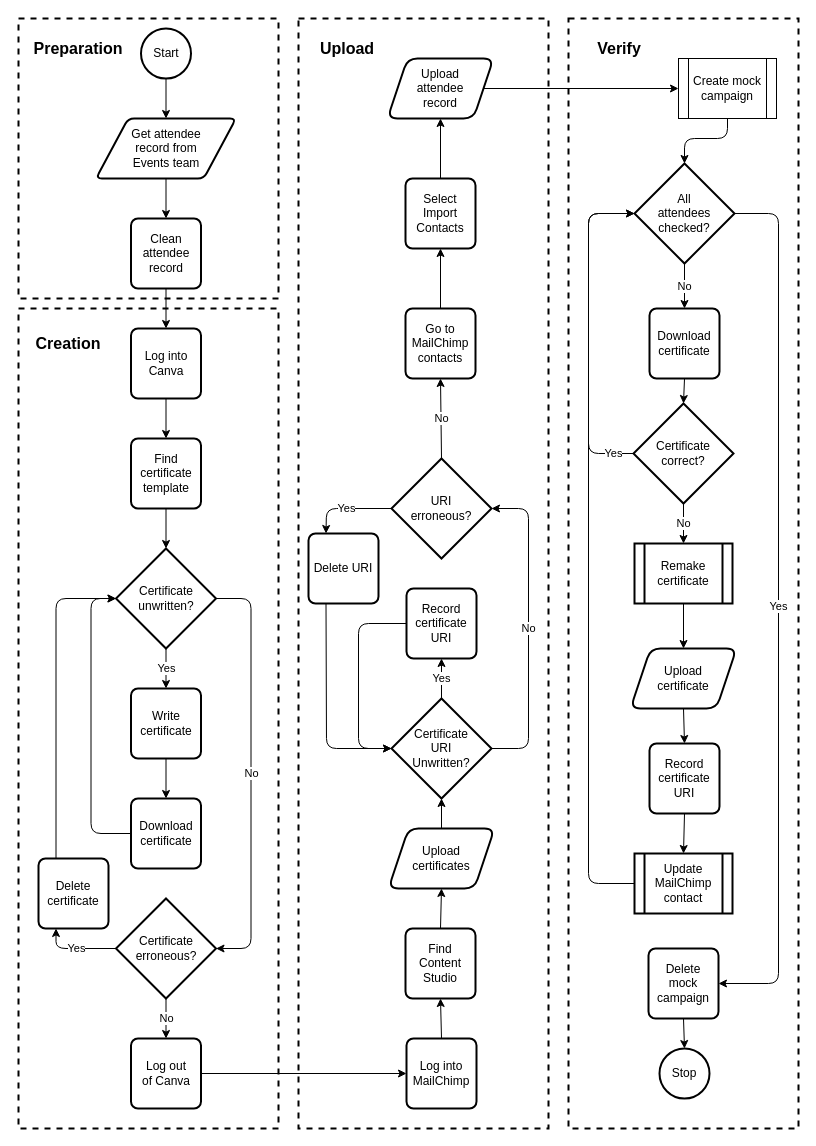
This is docs/kickstart/figures/old_solution.drawio from rehaabsyed/CertificateAutomater, a draw.io file, before an edit. Source tidied: cells renumbered, new cells numbered last; positions are measured from the earlier drawing's top-left corner, leaving out a move shared by most shapes. Both pictures are drawn from the tidied source at 100%, with x=0, y=0 at pixel (18, 18).
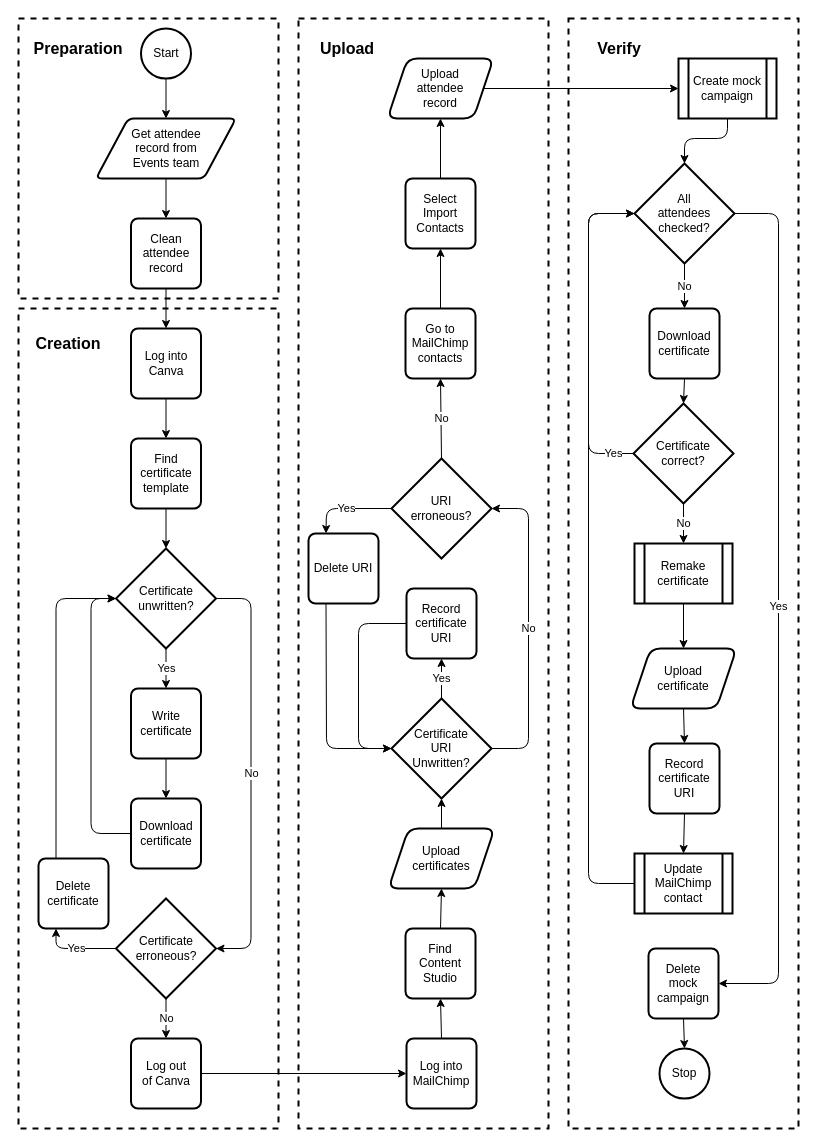
Above is the later version.

Commit message (it also covers changes not shown here):
Inserted delay block into new solution flowchart

Change to the diagram source:
```diff
@@
-    <mxCell id="45" value="Create mock&lt;br&gt;campaign" style="shape=process;whiteSpace=wrap;html=1;backgroundOutline=1;rounded=0;" parent="1" vertex="1">
+    <mxCell id="45" value="Create mock&lt;br&gt;campaign" style="shape=process;whiteSpace=wrap;html=1;backgroundOutline=1;rounded=0;strokeWidth=2;" parent="1" vertex="1">
       <mxGeometry x="660" y="40" width="98" height="60" as="geometry" />
     </mxCell>
```
